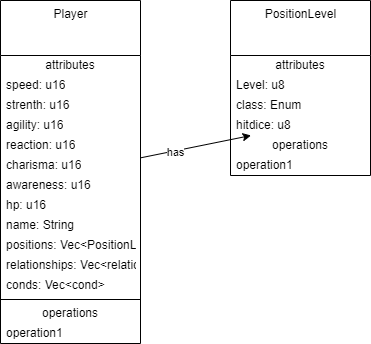
Before: docs/UML.drawio.png, a diagram exported from draw.io (Ellendren/football-rpg). Source tidied: cells renumbered, new cells last; positions are measured from the earlier drawing's top-left corner, leaving out a move shared by most shapes. Its diagram source:
```xml
<mxGraphModel>
  <root>
    <mxCell id="0" />
    <mxCell id="1" parent="0" />
    <mxCell id="2" style="edgeStyle=none;html=1;" parent="1" edge="1" source="4" target="24">
      <mxGeometry relative="1" as="geometry" />
    </mxCell>
    <mxCell id="3" value="has" style="edgeLabel;html=1;align=center;verticalAlign=middle;" parent="2" vertex="1">
      <mxGeometry x="-0.38" y="-1" relative="1" as="geometry" />
    </mxCell>
    <mxCell id="4" value="Player" style="swimlane;fontStyle=0;align=center;verticalAlign=top;horizontal=1;startSize=55;html=1;" parent="1" vertex="1">
      <mxGeometry width="140" height="343" as="geometry" />
    </mxCell>
    <mxCell id="5" value="attributes" style="text;html=1;strokeColor=none;fillColor=none;align=center;verticalAlign=middle;spacingLeft=4;spacingRight=4;overflow=hidden;" parent="4" vertex="1">
      <mxGeometry y="55" width="140" height="20" as="geometry" />
    </mxCell>
    <mxCell id="6" value="speed: u16" style="text;html=1;strokeColor=none;fillColor=none;align=left;verticalAlign=middle;spacingLeft=4;spacingRight=4;overflow=hidden;" parent="4" vertex="1">
      <mxGeometry y="75" width="140" height="20" as="geometry" />
    </mxCell>
    <mxCell id="7" value="strenth: u16&lt;span style=&quot;white-space: pre;&quot;&gt;&#9;&lt;/span&gt;" style="text;html=1;strokeColor=none;fillColor=none;align=left;verticalAlign=middle;spacingLeft=4;spacingRight=4;overflow=hidden;" parent="4" vertex="1">
      <mxGeometry y="95" width="140" height="20" as="geometry" />
    </mxCell>
    <mxCell id="8" value="agility: u16" style="text;html=1;strokeColor=none;fillColor=none;align=left;verticalAlign=middle;spacingLeft=4;spacingRight=4;overflow=hidden;" parent="4" vertex="1">
      <mxGeometry y="115" width="140" height="20" as="geometry" />
    </mxCell>
    <mxCell id="9" value="reaction: u16" style="text;html=1;strokeColor=none;fillColor=none;align=left;verticalAlign=middle;spacingLeft=4;spacingRight=4;overflow=hidden;" parent="4" vertex="1">
      <mxGeometry y="135" width="140" height="20" as="geometry" />
    </mxCell>
    <mxCell id="10" value="charisma: u16" style="text;html=1;strokeColor=none;fillColor=none;align=left;verticalAlign=middle;spacingLeft=4;spacingRight=4;overflow=hidden;" parent="4" vertex="1">
      <mxGeometry y="155" width="140" height="20" as="geometry" />
    </mxCell>
    <mxCell id="11" value="awareness: u16" style="text;html=1;strokeColor=none;fillColor=none;align=left;verticalAlign=middle;spacingLeft=4;spacingRight=4;overflow=hidden;" parent="4" vertex="1">
      <mxGeometry y="175" width="140" height="20" as="geometry" />
    </mxCell>
    <mxCell id="12" value="hp: u16" style="text;html=1;strokeColor=none;fillColor=none;align=left;verticalAlign=middle;spacingLeft=4;spacingRight=4;overflow=hidden;" parent="4" vertex="1">
      <mxGeometry y="195" width="140" height="20" as="geometry" />
    </mxCell>
    <mxCell id="13" value="name: String&lt;span style=&quot;color: rgba(0, 0, 0, 0); font-family: monospace; font-size: 0px;&quot;&gt;%3CmxGraphModel%3E%3Croot%3E%3CmxCell%20id%3D%220%22%2F%3E%3CmxCell%20id%3D%221%22%20parent%3D%220%22%2F%3E%3CmxCell%20id%3D%222%22%20value%3D%22awarness%3A%20u8%22%20style%3D%22text%3Bhtml%3D1%3BstrokeColor%3Dnone%3BfillColor%3Dnone%3Balign%3Dleft%3BverticalAlign%3Dmiddle%3BspacingLeft%3D4%3BspacingRight%3D4%3Boverflow%3Dhidden%3Brotatable%3D0%3Bpoints%3D%5B%5B0%2C0.5%5D%2C%5B1%2C0.5%5D%5D%3BportConstraint%3Deastwest%3B%22%20vertex%3D%221%22%20parent%3D%221%22%3E%3CmxGeometry%20x%3D%22170%22%20y%3D%22215%22%20width%3D%22140%22%20height%3D%2220%22%20as%3D%22geometry%22%2F%3E%3C%2FmxCell%3E%3C%2Froot%3E%3C%2FmxGraphModel%3E&lt;/span&gt;&lt;span style=&quot;color: rgba(0, 0, 0, 0); font-family: monospace; font-size: 0px;&quot;&gt;%3CmxGraphModel%3E%3Croot%3E%3CmxCell%20id%3D%220%22%2F%3E%3CmxCell%20id%3D%221%22%20parent%3D%220%22%2F%3E%3CmxCell%20id%3D%222%22%20value%3D%22awarness%3A%20u8%22%20style%3D%22text%3Bhtml%3D1%3BstrokeColor%3Dnone%3BfillColor%3Dnone%3Balign%3Dleft%3BverticalAlign%3Dmiddle%3BspacingLeft%3D4%3BspacingRight%3D4%3Boverflow%3Dhidden%3Brotatable%3D0%3Bpoints%3D%5B%5B0%2C0.5%5D%2C%5B1%2C0.5%5D%5D%3BportConstraint%3Deastwest%3B%22%20vertex%3D%221%22%20parent%3D%221%22%3E%3CmxGeometry%20x%3D%22170%22%20y%3D%22215%22%20width%3D%22140%22%20height%3D%2220%22%20as%3D%22geometry%22%2F%3E%3C%2FmxCell%3E%3C%2Froot%3E%3C%2FmxGraphModel%3E&lt;/span&gt;&lt;span style=&quot;color: rgba(0, 0, 0, 0); font-family: monospace; font-size: 0px;&quot;&gt;%3CmxGraphModel%3E%3Croot%3E%3CmxCell%20id%3D%220%22%2F%3E%3CmxCell%20id%3D%221%22%20parent%3D%220%22%2F%3E%3CmxCell%20id%3D%222%22%20value%3D%22awarness%3A%20u8%22%20style%3D%22text%3Bhtml%3D1%3BstrokeColor%3Dnone%3BfillColor%3Dnone%3Balign%3Dleft%3BverticalAlign%3Dmiddle%3BspacingLeft%3D4%3BspacingRight%3D4%3Boverflow%3Dhidden%3Brotatable%3D0%3Bpoints%3D%5B%5B0%2C0.5%5D%2C%5B1%2C0.5%5D%5D%3BportConstraint%3Deastwest%3B%22%20vertex%3D%221%22%20parent%3D%221%22%3E%3CmxGeometry%20x%3D%22170%22%20y%3D%22215%22%20width%3D%22140%22%20height%3D%2220%22%20as%3D%22geometry%22%2F%3E%3C%2FmxCell%3E%3C%2Froot%3E%3C%2FmxGraphModel%3E&lt;/span&gt;" style="text;html=1;strokeColor=none;fillColor=none;align=left;verticalAlign=middle;spacingLeft=4;spacingRight=4;overflow=hidden;" parent="4" vertex="1">
      <mxGeometry y="215" width="140" height="20" as="geometry" />
    </mxCell>
    <mxCell id="14" value="positions: Vec&amp;lt;PositionLevel&amp;gt;" style="text;html=1;strokeColor=none;fillColor=none;align=left;verticalAlign=middle;spacingLeft=4;spacingRight=4;overflow=hidden;" parent="4" vertex="1">
      <mxGeometry y="235" width="140" height="20" as="geometry" />
    </mxCell>
    <mxCell id="15" value="relationships: Vec&amp;lt;relationships&amp;gt;" style="text;html=1;strokeColor=none;fillColor=none;align=left;verticalAlign=middle;spacingLeft=4;spacingRight=4;overflow=hidden;points=[[0,0.5],[1,0.5]];portConstraint=eastwest;" parent="4" vertex="1">
      <mxGeometry y="255" width="140" height="20" as="geometry" />
    </mxCell>
    <mxCell id="16" value="conds: Vec&amp;lt;cond&amp;gt;" style="text;html=1;strokeColor=none;fillColor=none;align=left;verticalAlign=middle;spacingLeft=4;spacingRight=4;overflow=hidden;" parent="4" vertex="1">
      <mxGeometry y="275" width="140" height="20" as="geometry" />
    </mxCell>
    <mxCell id="17" style="line;strokeWidth=1;fillColor=none;align=left;verticalAlign=middle;spacingTop=-1;spacingLeft=3;spacingRight=3;labelPosition=right;" parent="4" vertex="1">
      <mxGeometry y="295" width="140" height="8" as="geometry" />
    </mxCell>
    <mxCell id="18" value="operations" style="text;html=1;strokeColor=none;fillColor=none;align=center;verticalAlign=middle;spacingLeft=4;spacingRight=4;overflow=hidden;" parent="4" vertex="1">
      <mxGeometry y="303" width="140" height="20" as="geometry" />
    </mxCell>
    <mxCell id="19" value="operation1" style="text;html=1;strokeColor=none;fillColor=none;align=left;verticalAlign=middle;spacingLeft=4;spacingRight=4;overflow=hidden;" parent="4" vertex="1">
      <mxGeometry y="323" width="140" height="20" as="geometry" />
    </mxCell>
    <mxCell id="20" value="PositionLevel" style="swimlane;fontStyle=0;align=center;verticalAlign=top;horizontal=1;startSize=55;html=1;" parent="1" vertex="1">
      <mxGeometry x="230" width="140" height="175" as="geometry" />
    </mxCell>
    <mxCell id="21" value="attributes" style="text;html=1;strokeColor=none;fillColor=none;align=center;verticalAlign=middle;spacingLeft=4;spacingRight=4;overflow=hidden;" parent="20" vertex="1">
      <mxGeometry y="55" width="140" height="20" as="geometry" />
    </mxCell>
    <mxCell id="22" value="Level: u8" style="text;html=1;strokeColor=none;fillColor=none;align=left;verticalAlign=middle;spacingLeft=4;spacingRight=4;overflow=hidden;" parent="20" vertex="1">
      <mxGeometry y="75" width="140" height="20" as="geometry" />
    </mxCell>
    <mxCell id="23" value="class: Enum" style="text;html=1;strokeColor=none;fillColor=none;align=left;verticalAlign=middle;spacingLeft=4;spacingRight=4;overflow=hidden;" parent="20" vertex="1">
      <mxGeometry y="95" width="140" height="20" as="geometry" />
    </mxCell>
    <mxCell id="24" value="hitdice: u8" style="text;html=1;strokeColor=none;fillColor=none;align=left;verticalAlign=middle;spacingLeft=4;spacingRight=4;overflow=hidden;points=[[0,0.5],[1,0.5]];portConstraint=eastwest;" parent="20" vertex="1">
      <mxGeometry y="115" width="140" height="20" as="geometry" />
    </mxCell>
    <mxCell id="25" value="operations" style="text;html=1;strokeColor=none;fillColor=none;align=center;verticalAlign=middle;spacingLeft=4;spacingRight=4;overflow=hidden;" parent="20" vertex="1">
      <mxGeometry y="135" width="140" height="20" as="geometry" />
    </mxCell>
    <mxCell id="26" value="operation1" style="text;html=1;strokeColor=none;fillColor=none;align=left;verticalAlign=middle;spacingLeft=4;spacingRight=4;overflow=hidden;" parent="20" vertex="1">
      <mxGeometry y="155" width="140" height="20" as="geometry" />
    </mxCell>
  </root>
</mxGraphModel>
```
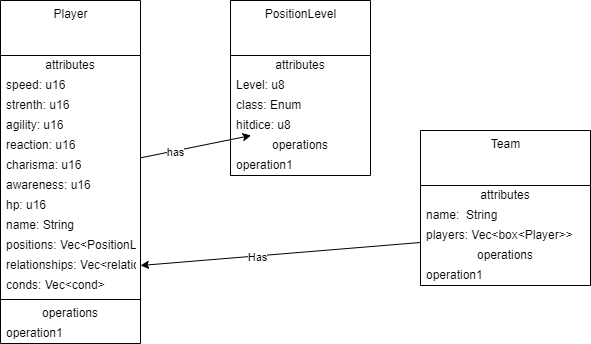
The same diagram one commit later.

Commit message:
added hp load to player

Diff of the diagram source:
```diff
@@ -77,5 +77,29 @@
     <mxCell id="26" value="operation1" style="text;html=1;strokeColor=none;fillColor=none;align=left;verticalAlign=middle;spacingLeft=4;spacingRight=4;overflow=hidden;" parent="20" vertex="1">
       <mxGeometry y="155" width="140" height="20" as="geometry" />
     </mxCell>
+    <mxCell id="27" value="Team" style="swimlane;fontStyle=0;align=center;verticalAlign=top;horizontal=1;startSize=55;html=1;" parent="1" vertex="1">
+      <mxGeometry x="420" y="130" width="170" height="155" as="geometry" />
+    </mxCell>
+    <mxCell id="28" value="attributes" style="text;html=1;strokeColor=none;fillColor=none;align=center;verticalAlign=middle;spacingLeft=4;spacingRight=4;overflow=hidden;" parent="27" vertex="1">
+      <mxGeometry y="55" width="170" height="20" as="geometry" />
+    </mxCell>
+    <mxCell id="29" value="name:&amp;nbsp; String" style="text;html=1;strokeColor=none;fillColor=none;align=left;verticalAlign=middle;spacingLeft=4;spacingRight=4;overflow=hidden;" parent="27" vertex="1">
+      <mxGeometry y="75" width="170" height="20" as="geometry" />
+    </mxCell>
+    <mxCell id="30" value="players: Vec&amp;lt;box&amp;lt;Player&amp;gt;&amp;gt;" style="text;html=1;strokeColor=none;fillColor=none;align=left;verticalAlign=middle;spacingLeft=4;spacingRight=4;overflow=hidden;points=[[0,0.5],[1,0.5]];portConstraint=eastwest;" parent="27" vertex="1">
+      <mxGeometry y="95" width="170" height="20" as="geometry" />
+    </mxCell>
+    <mxCell id="31" value="operations" style="text;html=1;strokeColor=none;fillColor=none;align=center;verticalAlign=middle;spacingLeft=4;spacingRight=4;overflow=hidden;" parent="27" vertex="1">
+      <mxGeometry y="115" width="170" height="20" as="geometry" />
+    </mxCell>
+    <mxCell id="32" value="operation1" style="text;html=1;strokeColor=none;fillColor=none;align=left;verticalAlign=middle;spacingLeft=4;spacingRight=4;overflow=hidden;" parent="27" vertex="1">
+      <mxGeometry y="135" width="170" height="20" as="geometry" />
+    </mxCell>
+    <mxCell id="33" style="edgeStyle=none;html=1;entryX=1;entryY=0.5;entryDx=0;entryDy=0;" parent="1" edge="1" source="30" target="15">
+      <mxGeometry relative="1" as="geometry" />
+    </mxCell>
+    <mxCell id="34" value="Has" style="edgeLabel;html=1;align=center;verticalAlign=middle;" parent="33" vertex="1">
+      <mxGeometry x="0.16" y="1" relative="1" as="geometry" />
+    </mxCell>
   </root>
 </mxGraphModel>
```
